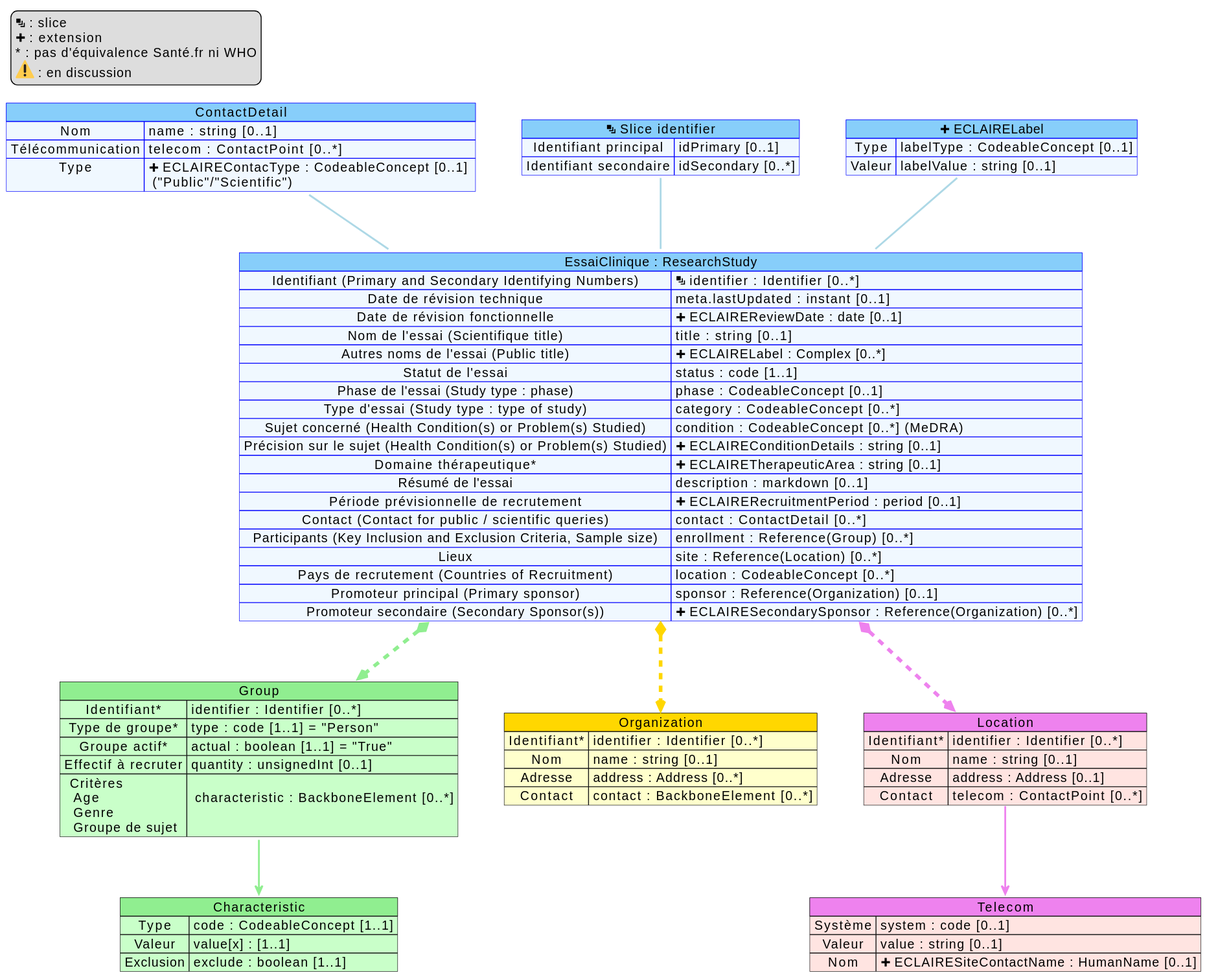
Before: input/images/mappingResearchStudy.svg, a diagram exported from PlantUML (ansforge/essais-cliniques). The source it was exported from:
```plantuml
@startuml
map "ContactDetail" as Contact #back:AliceBlue;header:LightSkyBlue;line:blue {
    Nom => name :  string [0..1]
    Télécommunication => telecom :  ContactPoint [0..*]
    Type => <&plus> ECLAIREContacType :  CodeableConcept [0..1] \n ("Public"/"Scientific")
}

map "<&layers> Slice identifier" as slice_identifier #back:AliceBlue;header:LightSkyBlue;line:blue {
    Identifiant principal => idPrimary [0..1]
    Identifiant secondaire => idSecondary [0..*]
}

map "<&plus> ECLAIRELabel" as label #back:AliceBlue;header:LightSkyBlue;line:blue {
    Type => labelType : CodeableConcept [0..1]
    Valeur => labelValue : string [0..1]
}

map "Group" as Group #back:TECHNOLOGY;header:LightGreen {
    Identifiant* => identifier : Identifier [0..*]
    Type de groupe* => type : code [1..1] = "Person"
    Groupe actif* => actual : boolean [1..1] = "True"
    Effectif à recruter => quantity : unsignedInt [0..1]
    Critères \n Age \n Genre \n Groupe de sujet => \n characteristic : BackboneElement [0..*]
}

map "Characteristic" as Characteristic #back:TECHNOLOGY;header:LightGreen {
    Type  => code : CodeableConcept [1..1]
    Valeur => value[x] : [1..1]
    Exclusion => exclude : boolean [1..1]
}

map "Organization" as Organization #back:BUSINESS;header:Gold {
    Identifiant* => identifier : Identifier [0..*]
    Nom => name : string [0..1]
    Adresse => address : Address [0..*]
    Contact => contact : BackboneElement [0..*]
}

map "Location" as Location #back:MistyRose;header:Violet {
    Identifiant* => identifier : Identifier [0..*]
    Nom => name : string [0..1]
    Adresse => address : Address [0..1]
    Contact => telecom : ContactPoint [0..*]
}

map "Telecom" as Telecom #back:MistyRose;header:Violet {
    Système  => system : code [0..1]
    Valeur => value : string [0..1]
    Nom => <&plus> ECLAIRESiteContactName : HumanName [0..1]
}

map "EssaiClinique : ResearchStudy" as RS #back:AliceBlue;header:LightSkyBlue;line:blue {
    Identifiant (Primary and Secondary Identifying Numbers) => <&layers> identifier : Identifier [0..*]
    Date de révision technique => meta.lastUpdated : instant [0..1]
    Date de révision fonctionnelle => <&plus> ECLAIREReviewDate : date [0..1]
    Nom de l'essai (Scientifique title) => title : string [0..1]
    Autres noms de l'essai (Public title) => <&plus> ECLAIRELabel : Complex [0..*]
    Statut de l'essai => status : code [1..1]
    Phase de l'essai (Study type : phase) => phase : CodeableConcept [0..1]
    Type d'essai (Study type : type of study) => category : CodeableConcept [0..*]
    Sujet concerné (Health Condition(s) or Problem(s) Studied) => condition : CodeableConcept [0..*] (MeDRA)
    Précision sur le sujet (Health Condition(s)  or  Problem(s) Studied) => <&plus> ECLAIREConditionDetails : string [0..1]
    Domaine thérapeutique* => <&plus> ECLAIRETherapeuticArea : string [0..1]
    Résumé de l'essai => description : markdown [0..1]
    Période prévisionnelle de recrutement => <&plus> ECLAIRERecruitmentPeriod : period [0..1]
    Contact (Contact for public / scientific queries) => contact : ContactDetail [0..*]
    Participants (Key Inclusion and Exclusion Criteria, Sample size) => enrollment : Reference(Group) [0..*]
    Lieux => site : Reference(Location) [0..*]
    Pays de recrutement (Countries of Recruitment) => location : CodeableConcept [0..*]
    Promoteur principal (Primary sponsor) => sponsor : Reference(Organization) [0..1]
    Promoteur secondaire (Secondary Sponsor(s)) => <&plus> ECLAIRESecondarySponsor  : Reference(Organization) [0..*]
}


RS *-[#Violet,dashed,thickness=4]-> Location
RS *-[#LightGreen,dashed,thickness=4]-> Group
RS *-[#Gold,dashed,thickness=4]-> Organization

slice_identifier --[#lightBlue,thickness=2] RS
Contact --[#lightBlue,thickness=2] RS
label --[#lightBlue,thickness=2] RS

Group -[hidden] Organization

Group::Critères --[#LightGreen,thickness=2]> Characteristic
Location::Contact --[#Violet,thickness=2]> Telecom


legend top left
  <&layers> : slice
  <&plus> : extension
  ~* : pas d'équivalence Santé.fr ni WHO
  <:warning:> : en discussion
endlegend
@enduml
```
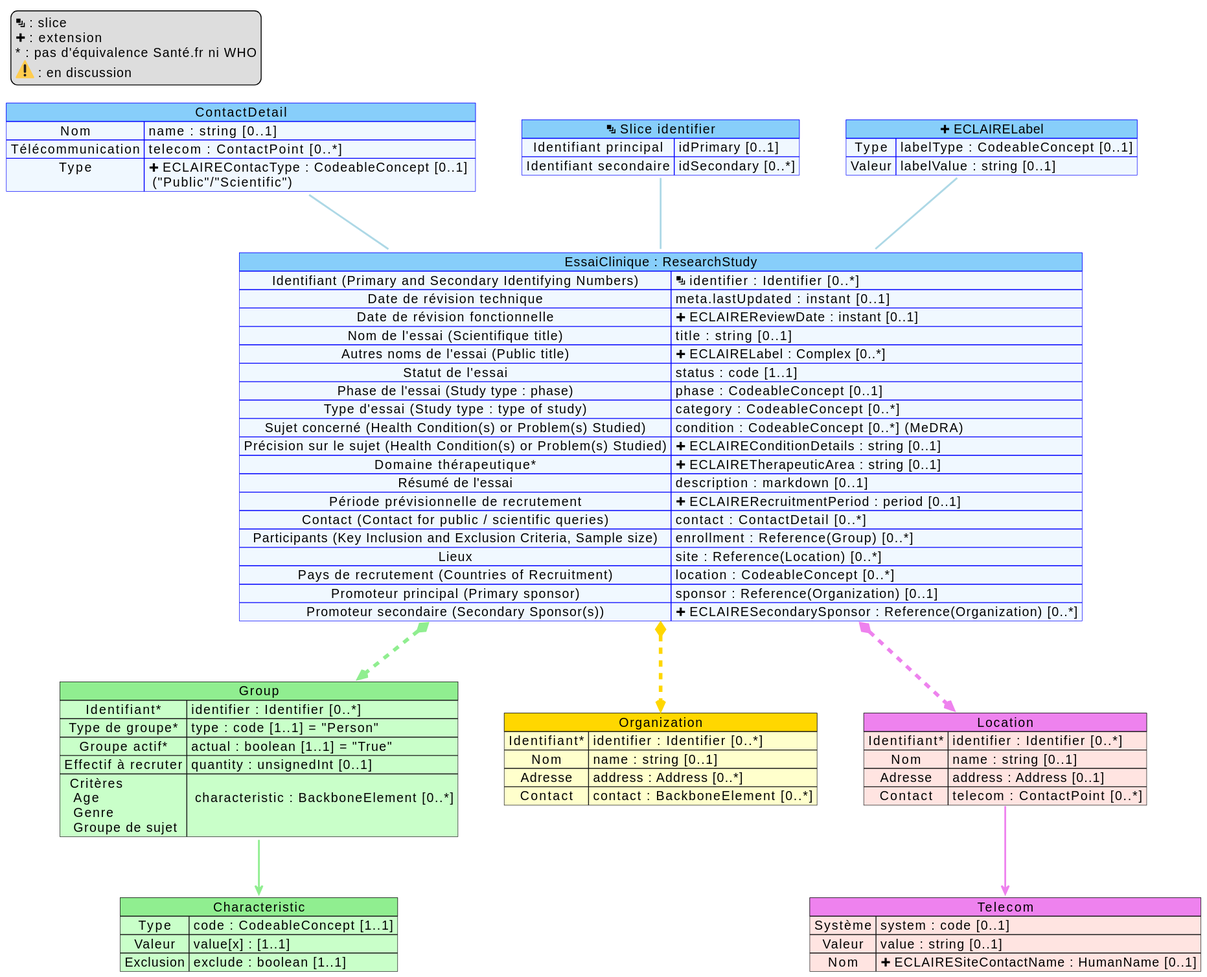
The same file after the commit.

Commit message:
MaJ mapping

What changed in the source:
```diff
@@ -52,7 +52,7 @@
 map "EssaiClinique : ResearchStudy" as RS #back:AliceBlue;header:LightSkyBlue;line:blue {
     Identifiant (Primary and Secondary Identifying Numbers) => <&layers> identifier : Identifier [0..*]
     Date de révision technique => meta.lastUpdated : instant [0..1]
-    Date de révision fonctionnelle => <&plus> ECLAIREReviewDate : date [0..1]
+    Date de révision fonctionnelle => <&plus> ECLAIREReviewDate : instant [0..1]
     Nom de l'essai (Scientifique title) => title : string [0..1]
     Autres noms de l'essai (Public title) => <&plus> ECLAIRELabel : Complex [0..*]
     Statut de l'essai => status : code [1..1]
```
